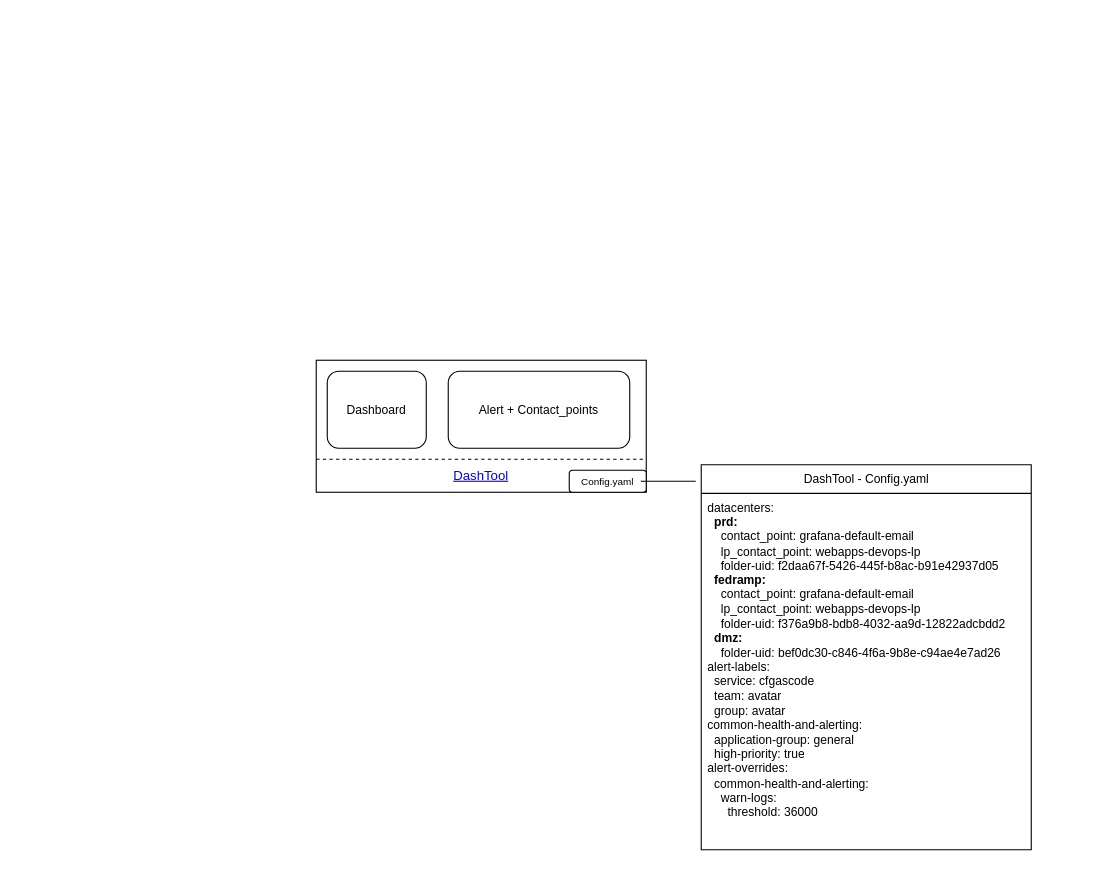
Earlier version of the draw.io diagram Metrics2.0 Webapps design.drawio (Tomoku-dm/diagrams_file). Source tidied: cells renumbered, new cells numbered last; positions are measured from the earlier drawing's top-left corner, leaving out a move shared by most shapes. Both pictures are drawn from the tidied source at 110%, with x=0, y=0 at pixel (316, 360).
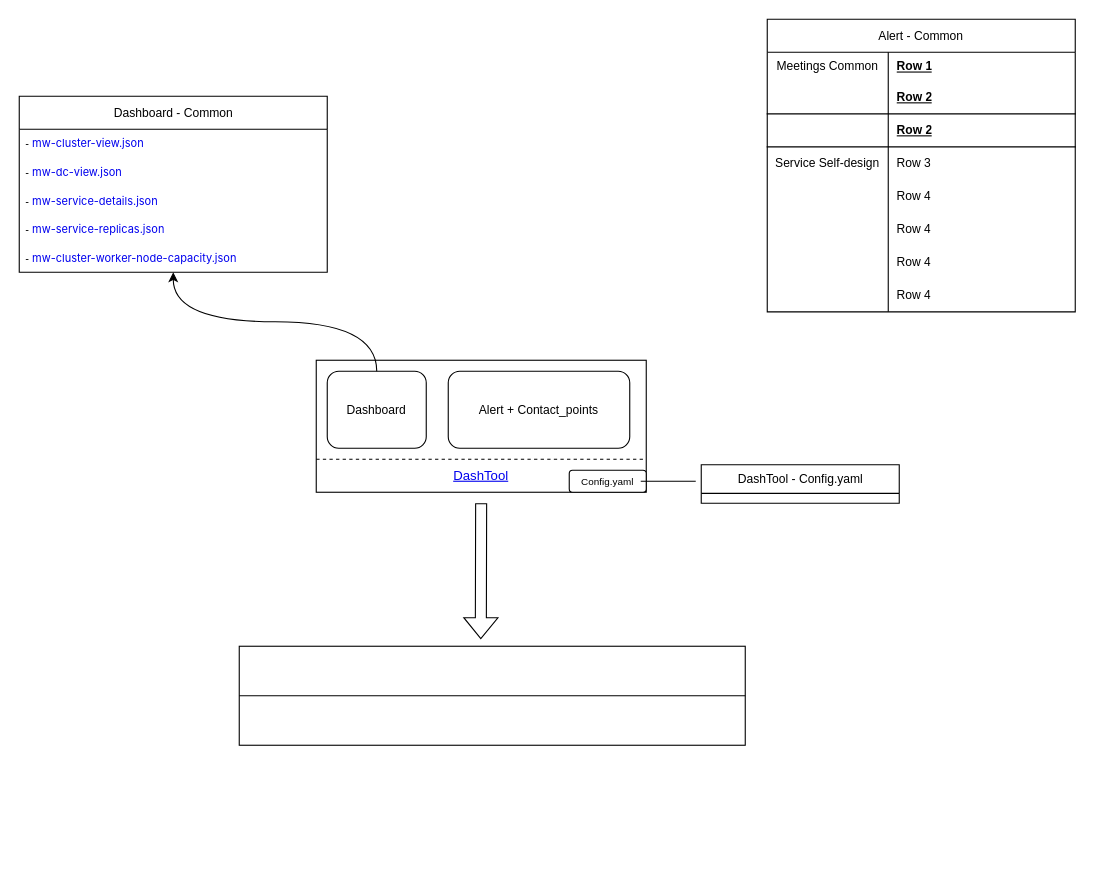
Above is the later version.

Unchanged cells that the change refers to:
```xml
<mxCell id="8" value="Dashboard" style="rounded=1;whiteSpace=wrap;html=1;fontFamily=Helvetica;fontSize=11;fontColor=default;labelBackgroundColor=default;" parent="1" vertex="1">
  <mxGeometry x="10" y="10" width="90" height="70" as="geometry" />
</mxCell>
```

Diff of the diagram source:
```diff
@@
-    <mxCell id="10" value="DashTool - Config.yaml" style="swimlane;fontStyle=0;horizontal=1;startSize=26;fillColor=none;html=1;fontFamily=Helvetica;fontSize=11;fontColor=default;labelBackgroundColor=default;" parent="1" vertex="1">
-      <mxGeometry x="350" y="95" width="300" height="350" as="geometry" />
+    <mxCell id="10" value="DashTool - Config.yaml" style="swimlane;fontStyle=0;horizontal=1;startSize=26;fillColor=none;html=1;fontFamily=Helvetica;fontSize=11;fontColor=default;labelBackgroundColor=default;" parent="1" vertex="1" collapsed="1">
+      <mxGeometry x="350" y="95" width="180" height="35" as="geometry" />
     </mxCell>
-    <mxCell id="11" value="&lt;div&gt;datacenters:&lt;/div&gt;&lt;div&gt;&lt;b&gt;&amp;nbsp; prd:&lt;/b&gt;&lt;/div&gt;&lt;div&gt;&amp;nbsp; &amp;nbsp; contact_point: grafana-default-email&lt;/div&gt;&lt;div&gt;&amp;nbsp; &amp;nbsp; lp_contact_point: webapps-devops-lp&lt;/div&gt;&lt;div&gt;&amp;nbsp; &amp;nbsp; folder-uid: f2daa67f-5426-445f-b8ac-b91e42937d05&lt;/div&gt;&lt;div&gt;&lt;b&gt;&amp;nbsp; fedramp:&lt;/b&gt;&lt;/div&gt;&lt;div&gt;&amp;nbsp; &amp;nbsp; contact_point: grafana-default-email&lt;/div&gt;&lt;div&gt;&amp;nbsp; &amp;nbsp; lp_contact_point: webapps-devops-lp&lt;/div&gt;&lt;div&gt;&amp;nbsp; &amp;nbsp; folder-uid: f376a9b8-bdb8-4032-aa9d-12822adcbdd2&lt;/div&gt;&lt;div&gt;&lt;b&gt;&amp;nbsp; dmz:&lt;/b&gt;&lt;/div&gt;&lt;div&gt;&amp;nbsp; &amp;nbsp; folder-uid: bef0dc30-c846-4f6a-9b8e-c94ae4e7ad26&lt;/div&gt;&lt;div&gt;alert-labels:&lt;/div&gt;&lt;div&gt;&amp;nbsp; service: cfgascode&lt;/div&gt;&lt;div&gt;&amp;nbsp; team: avatar&lt;/div&gt;&lt;div&gt;&amp;nbsp; group: avatar&lt;/div&gt;&lt;div&gt;common-health-and-alerting:&lt;/div&gt;&lt;div&gt;&amp;nbsp; application-group: general&lt;/div&gt;&lt;div&gt;&amp;nbsp; high-priority: true&lt;/div&gt;&lt;div&gt;alert-overrides:&lt;/div&gt;&lt;div&gt;&amp;nbsp; common-health-and-alerting:&lt;/div&gt;&lt;div&gt;&amp;nbsp; &amp;nbsp; warn-logs:&lt;/div&gt;&lt;div&gt;&amp;nbsp; &amp;nbsp; &amp;nbsp; threshold: 36000&lt;/div&gt;" style="text;strokeColor=none;fillColor=none;align=left;verticalAlign=top;spacingLeft=4;spacingRight=4;overflow=hidden;whiteSpace=wrap;html=1;fontFamily=Helvetica;fontSize=11;fontColor=default;labelBackgroundColor=default;" parent="10" vertex="1">
-      <mxGeometry y="26" width="300" height="324" as="geometry" />
-    </mxCell>
+    <mxCell id="12" style="shape=flexArrow;endArrow=classic;html=1;rounded=0;strokeColor=default;align=center;verticalAlign=middle;fontFamily=Helvetica;fontSize=11;fontColor=default;labelBackgroundColor=default;exitX=0.579;exitY=1.11;exitDx=0;exitDy=0;exitPerimeter=0;entryX=0.509;entryY=-0.052;entryDx=0;entryDy=0;entryPerimeter=0;" parent="1" edge="1">
+      <mxGeometry relative="1" as="geometry">
+        <mxPoint x="149.9" y="130" as="sourcePoint" />
+        <mxPoint x="149.6" y="253.6" as="targetPoint" />
+      </mxGeometry>
+    </mxCell>
+    <mxCell id="13" style="rounded=0;whiteSpace=wrap;html=1;fontFamily=Helvetica;fontSize=11;fontColor=default;labelBackgroundColor=default;" parent="1" vertex="1">
+      <mxGeometry x="-70" y="260" width="460" height="90" as="geometry" />
+    </mxCell>
+    <mxCell id="14" style="endArrow=none;html=1;rounded=0;strokeColor=default;align=center;verticalAlign=middle;fontFamily=Helvetica;fontSize=11;fontColor=default;labelBackgroundColor=default;exitX=0;exitY=0.5;exitDx=0;exitDy=0;entryX=1;entryY=0.5;entryDx=0;entryDy=0;" parent="1" edge="1" source="13" target="13">
+      <mxGeometry relative="1" as="geometry" />
+    </mxCell>
+    <mxCell id="15" value="Dashboard - Common" style="swimlane;fontStyle=0;horizontal=1;startSize=30;fillColor=none;html=1;fontFamily=Helvetica;fontSize=11;fontColor=default;labelBackgroundColor=default;" parent="1" vertex="1">
+      <mxGeometry x="-270" y="-240" width="280" height="160" as="geometry" />
+    </mxCell>
+    <mxCell id="16" value="&lt;font style=&quot;font-size: 10px;&quot;&gt;-&amp;nbsp;&lt;a style=&quot;box-sizing: border-box; text-decoration-line: none; font-family: -apple-system, &amp;quot;system-ui&amp;quot;, &amp;quot;Segoe UI&amp;quot;, &amp;quot;Noto Sans&amp;quot;, Helvetica, Arial, sans-serif, &amp;quot;Apple Color Emoji&amp;quot;, &amp;quot;Segoe UI Emoji&amp;quot;; text-wrap: nowrap;&quot; href=&quot;https://sqbu-github.cisco.com/WebExSquared/dash-tool/blob/main/services_2_0/Webapps/dashboards/mw-cluster-view.json&quot; title=&quot;mw-cluster-view.json&quot; class=&quot;js-navigation-open Link--primary&quot;&gt;mw-cluster-view.json&lt;/a&gt;&lt;/font&gt;" style="text;strokeColor=none;fillColor=none;align=left;verticalAlign=top;spacingLeft=4;spacingRight=4;overflow=hidden;whiteSpace=wrap;html=1;fontFamily=Helvetica;fontSize=11;fontColor=default;labelBackgroundColor=default;" parent="15" vertex="1">
+      <mxGeometry y="30" width="280" height="26" as="geometry" />
+    </mxCell>
+    <mxCell id="17" value="&lt;font style=&quot;font-size: 10px;&quot;&gt;-&amp;nbsp;&lt;a style=&quot;box-sizing: border-box; text-decoration-line: none; font-family: -apple-system, &amp;quot;system-ui&amp;quot;, &amp;quot;Segoe UI&amp;quot;, &amp;quot;Noto Sans&amp;quot;, Helvetica, Arial, sans-serif, &amp;quot;Apple Color Emoji&amp;quot;, &amp;quot;Segoe UI Emoji&amp;quot;; text-wrap: nowrap;&quot; href=&quot;https://sqbu-github.cisco.com/WebExSquared/dash-tool/blob/main/services_2_0/Webapps/dashboards/mw-dc-view.json&quot; title=&quot;mw-dc-view.json&quot; class=&quot;js-navigation-open Link--primary&quot;&gt;mw-dc-view.json&lt;/a&gt;&lt;/font&gt;" style="text;strokeColor=none;fillColor=none;align=left;verticalAlign=top;spacingLeft=4;spacingRight=4;overflow=hidden;whiteSpace=wrap;html=1;fontFamily=Helvetica;fontSize=11;fontColor=default;labelBackgroundColor=default;" parent="15" vertex="1">
+      <mxGeometry y="56" width="280" height="26" as="geometry" />
+    </mxCell>
+    <mxCell id="18" value="&lt;font style=&quot;font-size: 10px;&quot;&gt;-&amp;nbsp;&lt;a style=&quot;box-sizing: border-box; text-decoration-line: none; font-family: -apple-system, &amp;quot;system-ui&amp;quot;, &amp;quot;Segoe UI&amp;quot;, &amp;quot;Noto Sans&amp;quot;, Helvetica, Arial, sans-serif, &amp;quot;Apple Color Emoji&amp;quot;, &amp;quot;Segoe UI Emoji&amp;quot;; text-wrap: nowrap;&quot; href=&quot;https://sqbu-github.cisco.com/WebExSquared/dash-tool/blob/main/services_2_0/Webapps/dashboards/mw-service-details.json&quot; title=&quot;mw-service-details.json&quot; class=&quot;js-navigation-open Link--primary&quot;&gt;mw-service-details.json&lt;/a&gt;&lt;/font&gt;" style="text;strokeColor=none;fillColor=none;align=left;verticalAlign=top;spacingLeft=4;spacingRight=4;overflow=hidden;whiteSpace=wrap;html=1;fontFamily=Helvetica;fontSize=11;fontColor=default;labelBackgroundColor=default;" parent="15" vertex="1">
+      <mxGeometry y="82" width="280" height="26" as="geometry" />
+    </mxCell>
+    <mxCell id="19" value="&lt;font style=&quot;font-size: 10px;&quot;&gt;-&amp;nbsp;&lt;a style=&quot;box-sizing: border-box; text-decoration-line: none; font-family: -apple-system, &amp;quot;system-ui&amp;quot;, &amp;quot;Segoe UI&amp;quot;, &amp;quot;Noto Sans&amp;quot;, Helvetica, Arial, sans-serif, &amp;quot;Apple Color Emoji&amp;quot;, &amp;quot;Segoe UI Emoji&amp;quot;; text-wrap: nowrap;&quot; href=&quot;https://sqbu-github.cisco.com/WebExSquared/dash-tool/blob/main/services_2_0/Webapps/dashboards/mw-service-replicas.json&quot; title=&quot;mw-service-replicas.json&quot; class=&quot;js-navigation-open Link--primary&quot;&gt;mw-service-replicas.json&lt;/a&gt;&lt;/font&gt;" style="text;strokeColor=none;fillColor=none;align=left;verticalAlign=top;spacingLeft=4;spacingRight=4;overflow=hidden;whiteSpace=wrap;html=1;fontFamily=Helvetica;fontSize=11;fontColor=default;labelBackgroundColor=default;" parent="15" vertex="1">
+      <mxGeometry y="108" width="280" height="26" as="geometry" />
+    </mxCell>
+    <mxCell id="20" value="&lt;div&gt;&lt;font style=&quot;font-size: 10px;&quot;&gt;-&amp;nbsp;&lt;a style=&quot;text-wrap: nowrap; font-family: -apple-system, &amp;quot;system-ui&amp;quot;, &amp;quot;Segoe UI&amp;quot;, &amp;quot;Noto Sans&amp;quot;, Helvetica, Arial, sans-serif, &amp;quot;Apple Color Emoji&amp;quot;, &amp;quot;Segoe UI Emoji&amp;quot;; background-color: transparent; box-sizing: border-box; text-decoration-line: none;&quot; href=&quot;https://sqbu-github.cisco.com/WebExSquared/dash-tool/blob/main/services_2_0/Webapps/dashboards/mw-cluster-worker-node-capacity.json&quot; title=&quot;mw-cluster-worker-node-capacity.json&quot; class=&quot;js-navigation-open Link--primary&quot;&gt;mw-cluster-worker-node-capacity.json&lt;/a&gt;&lt;/font&gt;&lt;/div&gt;&lt;div style=&quot;box-sizing: border-box; width: 657.318px; color: rgb(31, 35, 40); font-family: -apple-system, &amp;quot;system-ui&amp;quot;, &amp;quot;Segoe UI&amp;quot;, &amp;quot;Noto Sans&amp;quot;, Helvetica, Arial, sans-serif, &amp;quot;Apple Color Emoji&amp;quot;, &amp;quot;Segoe UI Emoji&amp;quot;; font-size: 14px; flex: 1 1 auto !important; min-width: 0px !important; margin-right: var(--base-size-16, 16px) !important;&quot; class=&quot;flex-auto min-width-0 d-none d-md-block col-5 mr-3&quot; role=&quot;gridcell&quot;&gt;&lt;/div&gt;" style="text;strokeColor=none;fillColor=none;align=left;verticalAlign=top;spacingLeft=4;spacingRight=4;overflow=hidden;whiteSpace=wrap;html=1;fontFamily=Helvetica;fontSize=11;fontColor=default;labelBackgroundColor=default;" parent="15" vertex="1">
+      <mxGeometry y="134" width="280" height="26" as="geometry" />
+    </mxCell>
+    <mxCell id="21" style="endArrow=classic;html=1;rounded=0;strokeColor=default;align=center;verticalAlign=middle;fontFamily=Helvetica;fontSize=11;fontColor=default;labelBackgroundColor=default;exitX=0.5;exitY=0;exitDx=0;exitDy=0;edgeStyle=orthogonalEdgeStyle;curved=1;" parent="1" edge="1" source="8" target="15">
+      <mxGeometry relative="1" as="geometry" />
+    </mxCell>
+    <mxCell id="22" value="&lt;span style=&quot;font-weight: 400; text-wrap: nowrap;&quot;&gt;Alert - Common&lt;/span&gt;" style="shape=table;startSize=30;childLayout=tableLayout;rowLines=0;fontStyle=1;align=center;html=1;whiteSpace=wrap;fontFamily=Helvetica;fontSize=11;fontColor=default;labelBackgroundColor=default;" parent="1" vertex="1">
+      <mxGeometry x="410" y="-310" width="280" height="266" as="geometry" />
+    </mxCell>
+    <mxCell id="23" style="shape=tableRow;horizontal=0;startSize=0;swimlaneHead=0;swimlaneBody=0;fillColor=none;top=0;left=0;right=0;bottom=0;html=1;fontFamily=Helvetica;fontSize=11;fontColor=default;labelBackgroundColor=default;" parent="22" vertex="1">
+      <mxGeometry y="30" width="280" height="26" as="geometry" />
+    </mxCell>
+    <mxCell id="24" value="&lt;span style=&quot;font-weight: normal;&quot;&gt;Meetings Common&lt;/span&gt;" style="shape=partialRectangle;fillColor=none;top=0;left=0;bottom=0;right=0;fontStyle=1;overflow=hidden;html=1;whiteSpace=wrap;fontFamily=Helvetica;fontSize=11;fontColor=default;labelBackgroundColor=default;" parent="23" vertex="1">
+      <mxGeometry width="110" height="26" as="geometry" />
+    </mxCell>
+    <mxCell id="25" value="Row 1" style="shape=partialRectangle;fillColor=none;top=0;left=0;bottom=0;right=0;align=left;spacingLeft=6;fontStyle=5;overflow=hidden;html=1;whiteSpace=wrap;fontFamily=Helvetica;fontSize=11;fontColor=default;labelBackgroundColor=default;" parent="23" vertex="1">
+      <mxGeometry x="110" width="170" height="26" as="geometry" />
+    </mxCell>
+    <mxCell id="26" style="shape=tableRow;horizontal=0;startSize=0;swimlaneHead=0;swimlaneBody=0;fillColor=none;top=0;left=0;right=0;bottom=1;html=1;fontFamily=Helvetica;fontSize=11;fontColor=default;labelBackgroundColor=default;" parent="22" vertex="1">
+      <mxGeometry y="56" width="280" height="30" as="geometry" />
+    </mxCell>
+    <mxCell id="27" style="shape=partialRectangle;fillColor=none;top=0;left=0;bottom=0;right=0;fontStyle=1;overflow=hidden;html=1;whiteSpace=wrap;fontFamily=Helvetica;fontSize=11;fontColor=default;labelBackgroundColor=default;" parent="26" vertex="1">
+      <mxGeometry width="110" height="30" as="geometry" />
+    </mxCell>
+    <mxCell id="28" value="Row 2" style="shape=partialRectangle;fillColor=none;top=0;left=0;bottom=0;right=0;align=left;spacingLeft=6;fontStyle=5;overflow=hidden;html=1;whiteSpace=wrap;fontFamily=Helvetica;fontSize=11;fontColor=default;labelBackgroundColor=default;" parent="26" vertex="1">
+      <mxGeometry x="110" width="170" height="30" as="geometry" />
+    </mxCell>
+    <mxCell id="29" style="shape=tableRow;horizontal=0;startSize=0;swimlaneHead=0;swimlaneBody=0;fillColor=none;top=0;left=0;right=0;bottom=1;html=1;fontFamily=Helvetica;fontSize=11;fontColor=default;labelBackgroundColor=default;" parent="22" vertex="1">
+      <mxGeometry y="86" width="280" height="30" as="geometry" />
+    </mxCell>
+    <mxCell id="30" style="shape=partialRectangle;fillColor=none;top=0;left=0;bottom=0;right=0;fontStyle=1;overflow=hidden;html=1;whiteSpace=wrap;fontFamily=Helvetica;fontSize=11;fontColor=default;labelBackgroundColor=default;" parent="29" vertex="1">
+      <mxGeometry width="110" height="30" as="geometry" />
+    </mxCell>
+    <mxCell id="31" value="Row 2" style="shape=partialRectangle;fillColor=none;top=0;left=0;bottom=0;right=0;align=left;spacingLeft=6;fontStyle=5;overflow=hidden;html=1;whiteSpace=wrap;fontFamily=Helvetica;fontSize=11;fontColor=default;labelBackgroundColor=default;" parent="29" vertex="1">
+      <mxGeometry x="110" width="170" height="30" as="geometry" />
+    </mxCell>
+    <mxCell id="32" style="shape=tableRow;horizontal=0;startSize=0;swimlaneHead=0;swimlaneBody=0;fillColor=none;top=0;left=0;right=0;bottom=0;html=1;fontFamily=Helvetica;fontSize=11;fontColor=default;labelBackgroundColor=default;" parent="22" vertex="1">
+      <mxGeometry y="116" width="280" height="30" as="geometry" />
+    </mxCell>
+    <mxCell id="33" value="Service Self-design" style="shape=partialRectangle;fillColor=none;top=0;left=0;bottom=0;right=0;overflow=hidden;html=1;whiteSpace=wrap;fontFamily=Helvetica;fontSize=11;fontColor=default;labelBackgroundColor=default;" parent="32" vertex="1">
+      <mxGeometry width="110" height="30" as="geometry" />
+    </mxCell>
+    <mxCell id="34" value="Row 3" style="shape=partialRectangle;fillColor=none;top=0;left=0;bottom=0;right=0;align=left;spacingLeft=6;overflow=hidden;html=1;whiteSpace=wrap;fontFamily=Helvetica;fontSize=11;fontColor=default;labelBackgroundColor=default;" parent="32" vertex="1">
+      <mxGeometry x="110" width="170" height="30" as="geometry" />
+    </mxCell>
+    <mxCell id="35" style="shape=tableRow;horizontal=0;startSize=0;swimlaneHead=0;swimlaneBody=0;fillColor=none;top=0;left=0;right=0;bottom=0;html=1;fontFamily=Helvetica;fontSize=11;fontColor=default;labelBackgroundColor=default;" parent="22" vertex="1">
+      <mxGeometry y="146" width="280" height="30" as="geometry" />
+    </mxCell>
+    <mxCell id="36" style="shape=partialRectangle;fillColor=none;top=0;left=0;bottom=0;right=0;overflow=hidden;html=1;whiteSpace=wrap;fontFamily=Helvetica;fontSize=11;fontColor=default;labelBackgroundColor=default;" parent="35" vertex="1">
+      <mxGeometry width="110" height="30" as="geometry" />
+    </mxCell>
+    <mxCell id="37" value="Row 4" style="shape=partialRectangle;fillColor=none;top=0;left=0;bottom=0;right=0;align=left;spacingLeft=6;overflow=hidden;html=1;whiteSpace=wrap;fontFamily=Helvetica;fontSize=11;fontColor=default;labelBackgroundColor=default;" parent="35" vertex="1">
+      <mxGeometry x="110" width="170" height="30" as="geometry" />
+    </mxCell>
+    <mxCell id="38" style="shape=tableRow;horizontal=0;startSize=0;swimlaneHead=0;swimlaneBody=0;fillColor=none;top=0;left=0;right=0;bottom=0;html=1;fontFamily=Helvetica;fontSize=11;fontColor=default;labelBackgroundColor=default;" parent="22" vertex="1">
+      <mxGeometry y="176" width="280" height="30" as="geometry" />
+    </mxCell>
+    <mxCell id="39" style="shape=partialRectangle;fillColor=none;top=0;left=0;bottom=0;right=0;overflow=hidden;html=1;whiteSpace=wrap;fontFamily=Helvetica;fontSize=11;fontColor=default;labelBackgroundColor=default;" parent="38" vertex="1">
+      <mxGeometry width="110" height="30" as="geometry" />
+    </mxCell>
+    <mxCell id="40" value="Row 4" style="shape=partialRectangle;fillColor=none;top=0;left=0;bottom=0;right=0;align=left;spacingLeft=6;overflow=hidden;html=1;whiteSpace=wrap;fontFamily=Helvetica;fontSize=11;fontColor=default;labelBackgroundColor=default;" parent="38" vertex="1">
+      <mxGeometry x="110" width="170" height="30" as="geometry" />
+    </mxCell>
+    <mxCell id="41" style="shape=tableRow;horizontal=0;startSize=0;swimlaneHead=0;swimlaneBody=0;fillColor=none;top=0;left=0;right=0;bottom=0;html=1;fontFamily=Helvetica;fontSize=11;fontColor=default;labelBackgroundColor=default;" parent="22" vertex="1">
+      <mxGeometry y="206" width="280" height="30" as="geometry" />
+    </mxCell>
+    <mxCell id="42" style="shape=partialRectangle;fillColor=none;top=0;left=0;bottom=0;right=0;overflow=hidden;html=1;whiteSpace=wrap;fontFamily=Helvetica;fontSize=11;fontColor=default;labelBackgroundColor=default;" parent="41" vertex="1">
+      <mxGeometry width="110" height="30" as="geometry" />
+    </mxCell>
+    <mxCell id="43" value="Row 4" style="shape=partialRectangle;fillColor=none;top=0;left=0;bottom=0;right=0;align=left;spacingLeft=6;overflow=hidden;html=1;whiteSpace=wrap;fontFamily=Helvetica;fontSize=11;fontColor=default;labelBackgroundColor=default;" parent="41" vertex="1">
+      <mxGeometry x="110" width="170" height="30" as="geometry" />
+    </mxCell>
+    <mxCell id="44" style="shape=tableRow;horizontal=0;startSize=0;swimlaneHead=0;swimlaneBody=0;fillColor=none;top=0;left=0;right=0;bottom=0;html=1;fontFamily=Helvetica;fontSize=11;fontColor=default;labelBackgroundColor=default;" parent="22" vertex="1">
+      <mxGeometry y="236" width="280" height="30" as="geometry" />
+    </mxCell>
+    <mxCell id="45" style="shape=partialRectangle;fillColor=none;top=0;left=0;bottom=0;right=0;overflow=hidden;html=1;whiteSpace=wrap;fontFamily=Helvetica;fontSize=11;fontColor=default;labelBackgroundColor=default;" parent="44" vertex="1">
+      <mxGeometry width="110" height="30" as="geometry" />
+    </mxCell>
+    <mxCell id="46" value="Row 4" style="shape=partialRectangle;fillColor=none;top=0;left=0;bottom=0;right=0;align=left;spacingLeft=6;overflow=hidden;html=1;whiteSpace=wrap;fontFamily=Helvetica;fontSize=11;fontColor=default;labelBackgroundColor=default;" parent="44" vertex="1">
+      <mxGeometry x="110" width="170" height="30" as="geometry" />
+    </mxCell>
```
